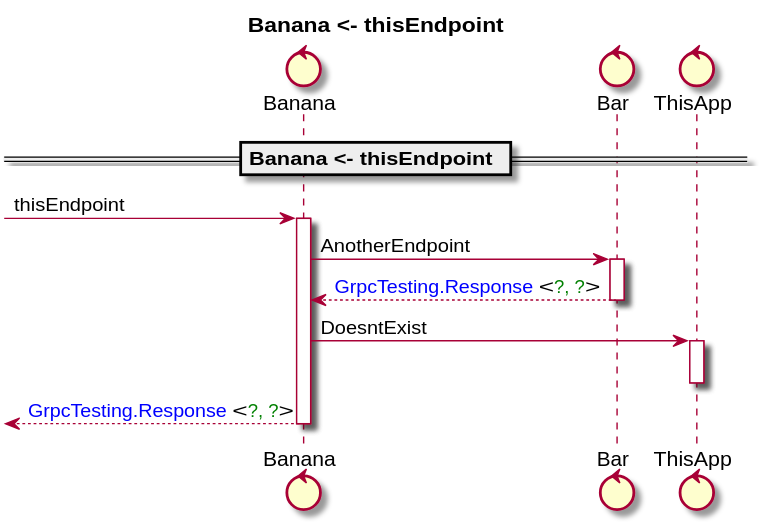
This is docs/Fruits/BananathisEndpoint.svg from anz-bank/sysl-catalog, a PlantUML export, as it was before one commit. Source of this version:
```plantuml
@startuml


control "Banana" as _0
control "Bar" as _1
control "ThisApp" as _2
skinparam maxMessageSize 250
title Banana <- thisEndpoint
== Banana <- thisEndpoint ==
[->_0 : thisEndpoint
activate _0
 _0->_1 : AnotherEndpoint
 activate _1
 _0<--_1 : <color blue>GrpcTesting.Response</color> <<color green>?, ?</color>>
 deactivate _1
 _0->_2 : DoesntExist
 activate _2
 deactivate _2
[<--_0 : <color blue>GrpcTesting.Response</color> <<color green>?, ?</color>>
deactivate _0
@enduml
```
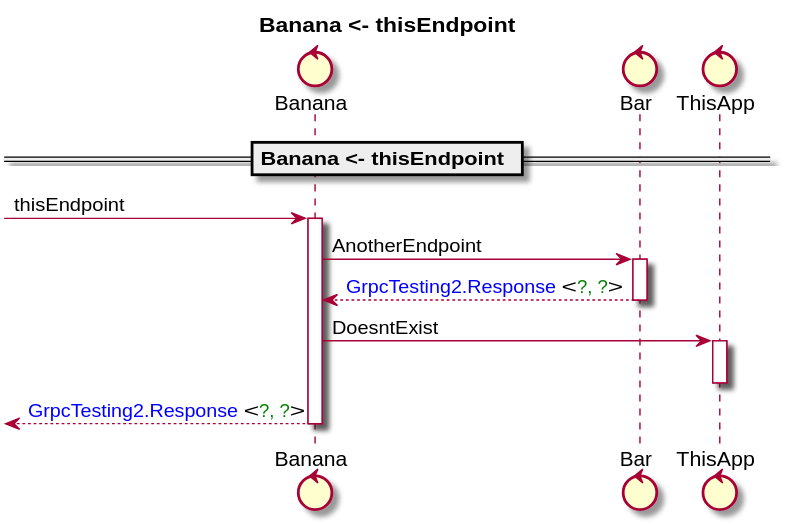
The same diagram one commit later.

What changed in the source:
```diff
@@ -11,11 +11,11 @@
 activate _0
  _0->_1 : AnotherEndpoint
  activate _1
- _0<--_1 : <color blue>GrpcTesting.Response</color> <<color green>?, ?</color>>
+ _0<--_1 : <color blue>GrpcTesting2.Response</color> <<color green>?, ?</color>>
  deactivate _1
  _0->_2 : DoesntExist
  activate _2
  deactivate _2
-[<--_0 : <color blue>GrpcTesting.Response</color> <<color green>?, ?</color>>
+[<--_0 : <color blue>GrpcTesting2.Response</color> <<color green>?, ?</color>>
 deactivate _0
 @enduml
```
